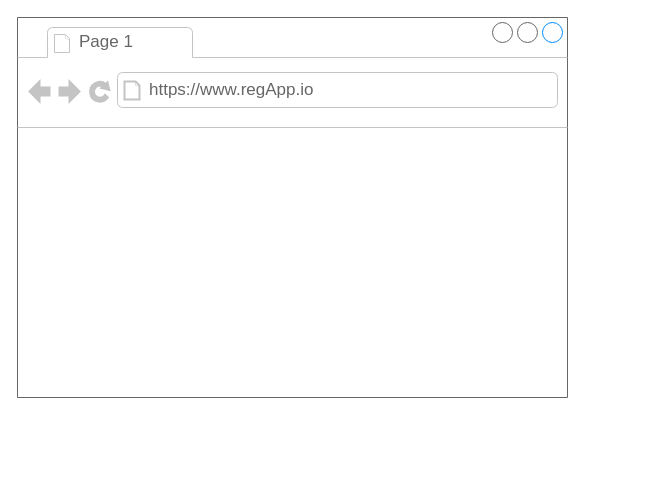
Earlier version of the draw.io diagram regApp_front_end_mock_up.drawio (Gnormelli/IV1201-Group-9). Source tidied: cells renumbered, new cells numbered last; positions are measured from the earlier drawing's top-left corner, leaving out a move shared by most shapes. Both pictures are drawn from the tidied source at 100%, with x=0, y=0 at pixel (17, 17).
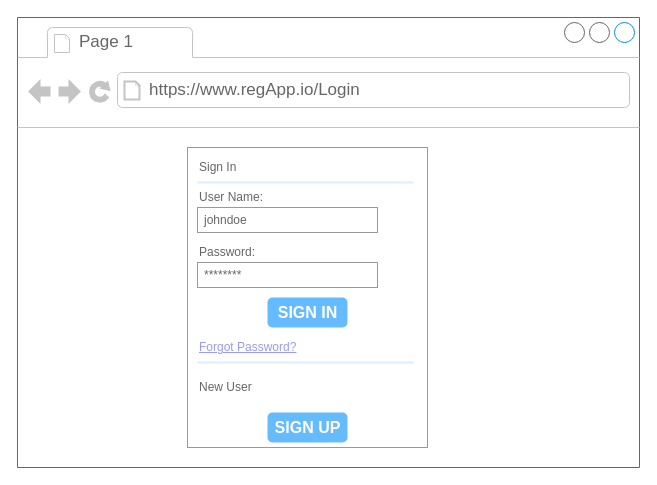
The same diagram, later.

What changed in the source:
```diff
@@
     <mxCell id="2" style="strokeWidth=1;shadow=0;dashed=0;align=center;html=1;shape=mxgraph.mockup.containers.browserWindow;rSize=0;strokeColor=#666666;strokeColor2=#008cff;strokeColor3=#c4c4c4;mainText=,;" parent="1" vertex="1">
-      <mxGeometry width="550" height="380" as="geometry" />
+      <mxGeometry width="622" height="450" as="geometry" />
     </mxCell>
@@
-    <mxCell id="4" value="https://www.regApp.io" style="strokeWidth=1;shadow=0;dashed=0;align=center;html=1;shape=mxgraph.mockup.containers.anchor;rSize=0;fontSize=17;fontColor=#666666;align=left;" parent="2" vertex="1">
+    <mxCell id="4" value="https://www.regApp.io/Login" style="strokeWidth=1;shadow=0;dashed=0;align=center;html=1;shape=mxgraph.mockup.containers.anchor;rSize=0;fontSize=17;fontColor=#666666;align=left;" parent="2" vertex="1">
       <mxGeometry x="130" y="60" width="250" height="26" as="geometry" />
     </mxCell>
+    <mxCell id="5" style="strokeWidth=1;shadow=0;dashed=0;align=center;html=1;shape=mxgraph.mockup.forms.rrect;rSize=0;strokeColor=#999999;fillColor=#ffffff;" parent="2" vertex="1">
+      <mxGeometry x="170" y="130" width="240" height="300" as="geometry" />
+    </mxCell>
+    <mxCell id="6" value="Sign In" style="strokeWidth=1;shadow=0;dashed=0;align=center;html=1;shape=mxgraph.mockup.forms.anchor;fontSize=12;fontColor=#666666;align=left;spacingLeft=0;" parent="5" vertex="1">
+      <mxGeometry width="120" height="20" relative="1" as="geometry">
+        <mxPoint x="10" y="10" as="offset" />
+      </mxGeometry>
+    </mxCell>
+    <mxCell id="7" style="shape=line;strokeColor=#ddeeff;strokeWidth=2;html=1;" parent="5" vertex="1">
+      <mxGeometry width="216" height="10" relative="1" as="geometry">
+        <mxPoint x="10" y="30" as="offset" />
+      </mxGeometry>
+    </mxCell>
+    <mxCell id="8" value="User Name:" style="strokeWidth=1;shadow=0;dashed=0;align=center;html=1;shape=mxgraph.mockup.forms.anchor;fontSize=12;fontColor=#666666;align=left;spacingLeft=0;" parent="5" vertex="1">
+      <mxGeometry width="120" height="20" relative="1" as="geometry">
+        <mxPoint x="10" y="40" as="offset" />
+      </mxGeometry>
+    </mxCell>
+    <mxCell id="9" value="johndoe" style="strokeWidth=1;shadow=0;dashed=0;align=center;html=1;shape=mxgraph.mockup.forms.rrect;rSize=0;strokeColor=#999999;fontColor=#666666;align=left;spacingLeft=5;" parent="5" vertex="1">
+      <mxGeometry width="180" height="25" relative="1" as="geometry">
+        <mxPoint x="10" y="60" as="offset" />
+      </mxGeometry>
+    </mxCell>
+    <mxCell id="10" value="Password:" style="strokeWidth=1;shadow=0;dashed=0;align=center;html=1;shape=mxgraph.mockup.forms.anchor;fontSize=12;fontColor=#666666;align=left;spacingLeft=0;" parent="5" vertex="1">
+      <mxGeometry width="120" height="20" relative="1" as="geometry">
+        <mxPoint x="10" y="95" as="offset" />
+      </mxGeometry>
+    </mxCell>
+    <mxCell id="11" value="********" style="strokeWidth=1;shadow=0;dashed=0;align=center;html=1;shape=mxgraph.mockup.forms.rrect;rSize=0;strokeColor=#999999;fontColor=#666666;align=left;spacingLeft=5;" parent="5" vertex="1">
+      <mxGeometry width="180" height="25" relative="1" as="geometry">
+        <mxPoint x="10" y="115" as="offset" />
+      </mxGeometry>
+    </mxCell>
+    <mxCell id="12" value="SIGN IN" style="strokeWidth=1;shadow=0;dashed=0;align=center;html=1;shape=mxgraph.mockup.forms.rrect;rSize=5;strokeColor=none;fontColor=#ffffff;fillColor=#66bbff;fontSize=16;fontStyle=1;" parent="5" vertex="1">
+      <mxGeometry y="1" width="80" height="30" relative="1" as="geometry">
+        <mxPoint x="80" y="-150" as="offset" />
+      </mxGeometry>
+    </mxCell>
+    <mxCell id="13" value="Forgot Password?" style="strokeWidth=1;shadow=0;dashed=0;align=center;html=1;shape=mxgraph.mockup.forms.anchor;fontSize=12;fontColor=#9999ff;align=left;spacingLeft=0;fontStyle=4;" parent="5" vertex="1">
+      <mxGeometry y="1" width="180" height="20" relative="1" as="geometry">
+        <mxPoint x="10" y="-110" as="offset" />
+      </mxGeometry>
+    </mxCell>
+    <mxCell id="14" style="shape=line;strokeColor=#ddeeff;strokeWidth=2;html=1;" parent="5" vertex="1">
+      <mxGeometry y="1" width="216" height="10" relative="1" as="geometry">
+        <mxPoint x="10" y="-90" as="offset" />
+      </mxGeometry>
+    </mxCell>
+    <mxCell id="15" value="New User" style="strokeWidth=1;shadow=0;dashed=0;align=center;html=1;shape=mxgraph.mockup.forms.anchor;fontSize=12;fontColor=#666666;align=left;spacingLeft=0;" parent="5" vertex="1">
+      <mxGeometry y="1" width="180" height="20" relative="1" as="geometry">
+        <mxPoint x="10" y="-70" as="offset" />
+      </mxGeometry>
+    </mxCell>
+    <mxCell id="16" value="SIGN UP" style="strokeWidth=1;shadow=0;dashed=0;align=center;html=1;shape=mxgraph.mockup.forms.rrect;rSize=5;strokeColor=none;fontColor=#ffffff;fillColor=#66bbff;fontSize=16;fontStyle=1;" parent="5" vertex="1">
+      <mxGeometry y="1" width="80" height="30" relative="1" as="geometry">
+        <mxPoint x="80" y="-35" as="offset" />
+      </mxGeometry>
+    </mxCell>
```
